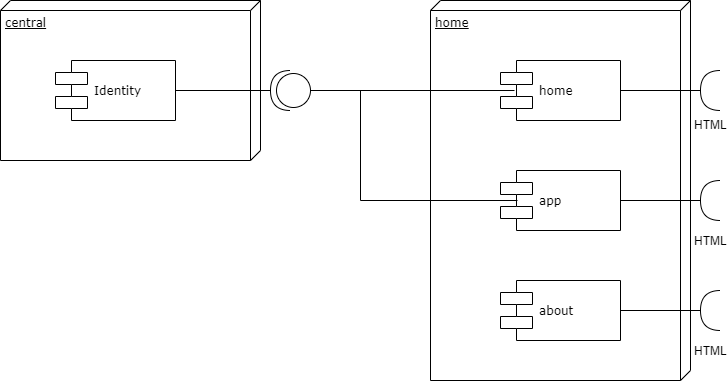
Before: doc/struc.png, a diagram exported from draw.io (onichandame/myserver). Source tidied: cells renumbered, new cells last; positions are measured from the earlier drawing's top-left corner, leaving out a move shared by most shapes.
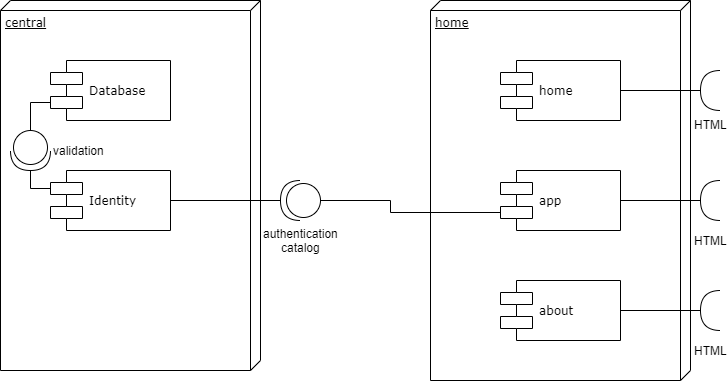
The same file after the commit.

What changed in the source:
```diff
@@ -3,7 +3,7 @@
     <mxCell id="0" />
     <mxCell id="1" parent="0" />
     <mxCell id="2" value="central" style="verticalAlign=top;align=left;spacingTop=8;spacingLeft=2;spacingRight=12;shape=cube;size=10;direction=south;fontStyle=4;html=1;rounded=0;shadow=0;comic=0;labelBackgroundColor=none;strokeWidth=1;fontFamily=Verdana;fontSize=12;" parent="1" vertex="1">
-      <mxGeometry width="260" height="160" as="geometry" />
+      <mxGeometry width="260" height="370" as="geometry" />
     </mxCell>
     <mxCell id="3" value="home" style="verticalAlign=top;align=left;spacingTop=8;spacingLeft=2;spacingRight=12;shape=cube;size=10;direction=south;fontStyle=4;html=1;rounded=0;shadow=0;comic=0;labelBackgroundColor=none;strokeWidth=1;fontFamily=Verdana;fontSize=12;" parent="1" vertex="1">
       <mxGeometry x="430" width="260" height="380" as="geometry" />
@@ -35,25 +35,34 @@
     <mxCell id="12" value="HTML" style="shape=requiredInterface;html=1;verticalLabelPosition=bottom;rotation=0;direction=west;" parent="1" vertex="1">
       <mxGeometry x="700" y="290" width="20" height="40" as="geometry" />
     </mxCell>
-    <mxCell id="13" style="edgeStyle=orthogonalEdgeStyle;rounded=0;jettySize=auto;html=1;exitX=0;exitY=0.5;exitDx=0;exitDy=0;exitPerimeter=0;entryX=0.142;entryY=0.5;entryDx=0;entryDy=0;endArrow=none;endFill=0;entryPerimeter=0;" parent="1" edge="1" source="17" target="7">
+    <mxCell id="13" style="edgeStyle=orthogonalEdgeStyle;rounded=0;jettySize=auto;html=1;exitX=0;exitY=0.5;exitDx=0;exitDy=0;exitPerimeter=0;entryX=0;entryY=0.7;entryDx=0;entryDy=0;endArrow=none;endFill=0;" parent="1" edge="1" source="17" target="7">
       <mxGeometry relative="1" as="geometry">
         <Array as="points">
-          <mxPoint x="360" y="90" />
-          <mxPoint x="360" y="200" />
+          <mxPoint x="390" y="200" />
+          <mxPoint x="390" y="212" />
         </Array>
       </mxGeometry>
     </mxCell>
     <mxCell id="14" style="edgeStyle=orthogonalEdgeStyle;rounded=0;jettySize=auto;html=1;exitX=1;exitY=0.5;exitDx=0;exitDy=0;entryX=1;entryY=0.5;entryDx=0;entryDy=0;entryPerimeter=0;endArrow=none;endFill=0;" parent="1" edge="1" source="15" target="17">
       <mxGeometry relative="1" as="geometry" />
     </mxCell>
+    <mxCell id="18" style="edgeStyle=orthogonalEdgeStyle;rounded=0;jettySize=auto;html=1;exitX=0;exitY=0.3;exitDx=0;exitDy=0;entryX=1;entryY=0.5;entryDx=0;entryDy=0;entryPerimeter=0;endArrow=none;endFill=0;" parent="1" edge="1" source="15" target="21">
+      <mxGeometry relative="1" as="geometry" />
+    </mxCell>
     <mxCell id="15" value="Identity" style="shape=component;align=left;spacingLeft=36;rounded=0;shadow=0;comic=0;labelBackgroundColor=none;strokeWidth=1;fontFamily=Verdana;fontSize=12;html=1;" parent="1" vertex="1">
-      <mxGeometry x="55" y="60" width="120" height="60" as="geometry" />
+      <mxGeometry x="50" y="170" width="120" height="60" as="geometry" />
     </mxCell>
-    <mxCell id="16" style="edgeStyle=orthogonalEdgeStyle;rounded=0;jettySize=auto;html=1;exitX=0;exitY=0.5;exitDx=0;exitDy=0;exitPerimeter=0;entryX=0.117;entryY=0.5;entryDx=0;entryDy=0;entryPerimeter=0;endArrow=none;endFill=0;" parent="1" edge="1" source="17" target="5">
-      <mxGeometry relative="1" as="geometry" />
-    </mxCell>
-    <mxCell id="17" style="shape=providedRequiredInterface;html=1;verticalLabelPosition=bottom;rotation=-180;" parent="1" vertex="1">
-      <mxGeometry x="270" y="70" width="40" height="40" as="geometry" />
+    <mxCell id="17" value="authentication&lt;br&gt;catalog" style="shape=providedRequiredInterface;html=1;verticalLabelPosition=bottom;rotation=0;direction=west;" parent="1" vertex="1">
+      <mxGeometry x="280" y="180" width="40" height="40" as="geometry" />
     </mxCell>
+    <mxCell id="19" style="edgeStyle=orthogonalEdgeStyle;rounded=0;jettySize=auto;html=1;exitX=0;exitY=0.7;exitDx=0;exitDy=0;entryX=0;entryY=0.5;entryDx=0;entryDy=0;entryPerimeter=0;endArrow=none;endFill=0;" parent="1" edge="1" source="20" target="21">
+      <mxGeometry relative="1" as="geometry" />
+    </mxCell>
+    <mxCell id="20" value="Database" style="shape=component;align=left;spacingLeft=36;rounded=0;shadow=0;comic=0;labelBackgroundColor=none;strokeWidth=1;fontFamily=Verdana;fontSize=12;html=1;" parent="1" vertex="1">
+      <mxGeometry x="50" y="60" width="120" height="60" as="geometry" />
+    </mxCell>
+    <mxCell id="21" value="validation" style="shape=providedRequiredInterface;html=1;verticalLabelPosition=middle;rotation=0;direction=south;labelPosition=right;align=left;verticalAlign=middle;" parent="1" vertex="1">
+      <mxGeometry x="10" y="130" width="40" height="40" as="geometry" />
+    </mxCell>
   </root>
 </mxGraphModel>
```
